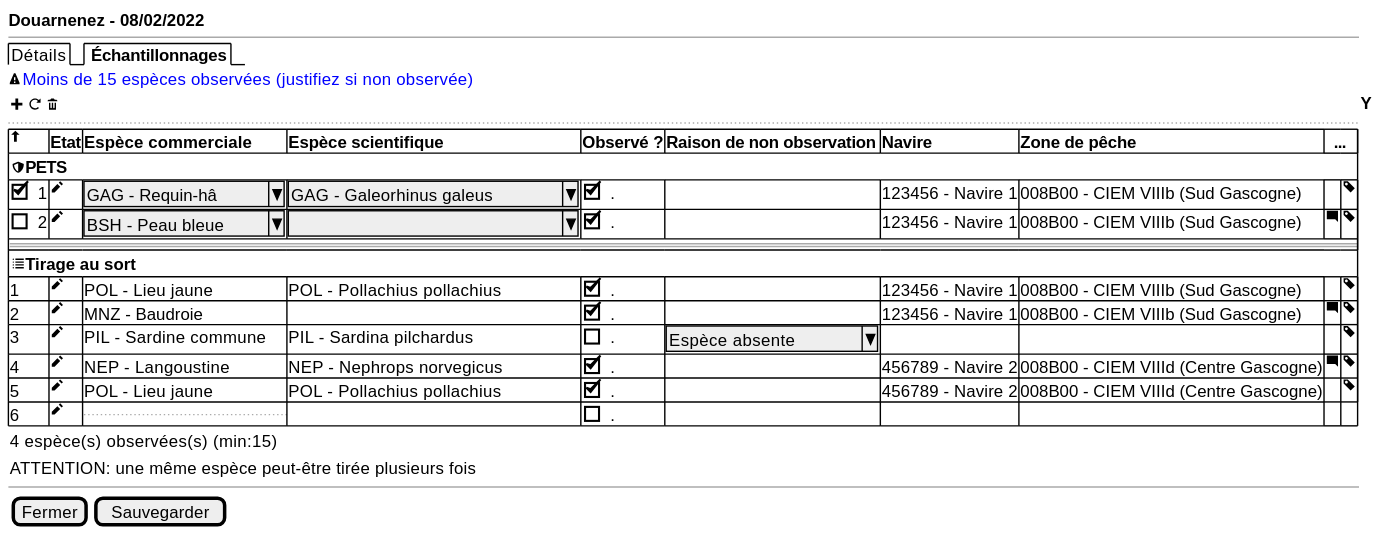
sumaris-net/sumaris-doc keeps this PlantUML diagram as projects/obsvente/spe/images/landings-table-pets-random.svg. Above is the earlier version. Its source is kept beside it as projects/obsvente/spe/images/landings-table-pets-random.puml.
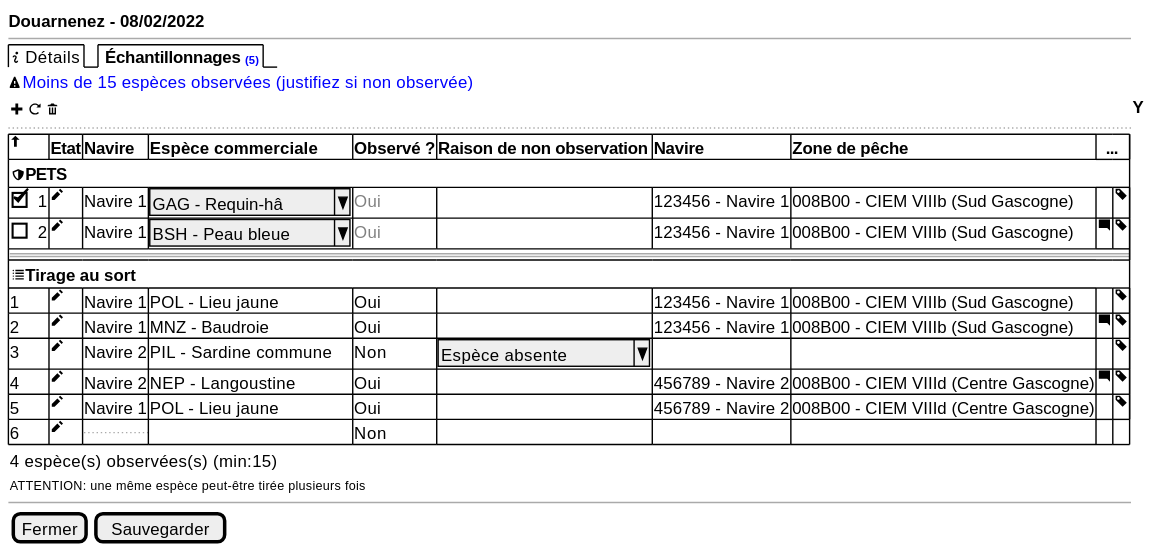
The same file after the commit.

The edit, as a diff of the source:
```diff
@@ -8,36 +8,35 @@
   <b>Douarnenez - 08/02/2022
   --
 
-  {/  Détails | <b> Échantillonnages}
+  {/  <&info>Détails | <b> Échantillonnages <font color=blue size=8><b>(5)}
   <&warning><font color=blue>Moins de 15 espèces observées (justifiez si non observée)
 
   { <&plus> <&reload> <&trash> } | <b>Y
   ..
 	{#
-	    <&arrow-thick-top> | <b>Etat | <b>Espèce commerciale | <b>Espèce scientifique  | <b>Observé ? | <b>Raison de non observation | <b>Navire | <b>Zone de pêche |  <b>  ... | *
+	    <&arrow-thick-top> | <b>Etat | <b>Navire  | <b>Espèce commerciale  | <b>Observé ? | <b>Raison de non observation | <b>Navire | <b>Zone de pêche |  <b>  ... | *
          {
           <&shield><b>PETS
          } | * | * | * | * | * | * | * | * | * | * | *
-        [X] 1 | <&pencil> | ^GAG - Requin-hâ ^ | ^GAG - Galeorhinus galeus^ | [X]. | . | 123456 - Navire 1 | 008B00 - CIEM VIIIb (Sud Gascogne) | . | <&tag>
-        [] 2 | <&pencil> | ^BSH - Peau bleue^ | ^                        ^ | [X]. | . | 123456 - Navire 1 | 008B00 - CIEM VIIIb (Sud Gascogne) |  <&comment-square> | <&tag>
+        [X] 1 | <&pencil> | Navire 1 |^GAG - Requin-hâ ^  | <color:grey>Oui | . | 123456 - Navire 1 | 008B00 - CIEM VIIIb (Sud Gascogne) | . | <&tag>
+        [] 2 | <&pencil> | Navire 1 | ^BSH - Peau bleue^ |  <color:grey>Oui | . | 123456 - Navire 1 | 008B00 - CIEM VIIIb (Sud Gascogne) |  <&comment-square> | <&tag>
         == | * | * | * | * | * | * | * | * | * | *
          {
              <&list><b>Tirage au sort
 
          } | * | * | * | * | * | * | * | * | * | * | *
-        1 | <&pencil> |POL - Lieu jaune | POL - Pollachius pollachius | [X]. | . | 123456 - Navire 1 | 008B00 - CIEM VIIIb (Sud Gascogne) | . | <&tag>
-        2 | <&pencil> |MNZ - Baudroie | . |  [X]. | . | 123456 - Navire 1 | 008B00 - CIEM VIIIb (Sud Gascogne) |  <&comment-square> | <&tag>
-        3 | <&pencil> |PIL - Sardine commune | PIL - Sardina pilchardus | [ ]. | ^ Espèce absente  ^  | . | . | . |  <&tag>
-        4 | <&pencil> |NEP - Langoustine | NEP - Nephrops norvegicus | [X]. | . | 456789 - Navire 2 | 008B00 - CIEM VIIId (Centre Gascogne) |  <&comment-square> | <&tag>
-        5 | <&pencil> |POL - Lieu jaune | POL - Pollachius pollachius | [X]. | . | 456789 - Navire 2 | 008B00 - CIEM VIIId (Centre Gascogne) | . | <&tag>
-        6 | <&pencil> |... | . | [ ] . | . | . | . | .
+        1 | <&pencil> | Navire 1 | POL - Lieu jaune | Oui | . | 123456 - Navire 1 | 008B00 - CIEM VIIIb (Sud Gascogne) | . | <&tag>
+        2 | <&pencil> | Navire 1  |MNZ - Baudroie  |  Oui | . | 123456 - Navire 1 | 008B00 - CIEM VIIIb (Sud Gascogne) |  <&comment-square> | <&tag>
+        3 | <&pencil> | Navire 2 | PIL - Sardine commune  | Non | ^ Espèce absente  ^  | . | . | . |  <&tag>
+        4 | <&pencil> | Navire 2 | NEP - Langoustine  | Oui | . | 456789 - Navire 2 | 008B00 - CIEM VIIId (Centre Gascogne) |  <&comment-square> | <&tag>
+        5 | <&pencil> | Navire 1 | POL - Lieu jaune  | Oui | . | 456789 - Navire 2 | 008B00 - CIEM VIIId (Centre Gascogne) | . | <&tag>
+        6 | <&pencil> |... |  . | Non | . | . | . | .
 
     }
     { 4 espèce(s) observées(s) (min:15)  }
 
-    { ATTENTION: une même espèce peut-être tirée plusieurs fois }
+    { <font size=9>ATTENTION: une même espèce peut-être tirée plusieurs fois }
   --
-
 
   {
     [Fermer] | [Sauvegarder]
```
